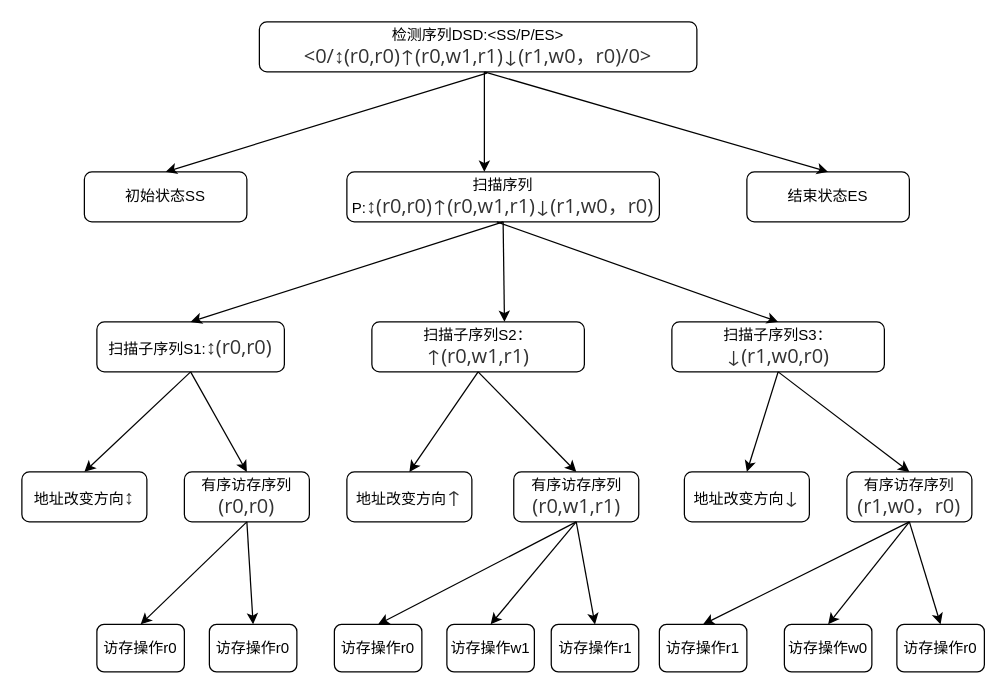
The draw.io diagram doc/march C 检测序列.drawio in shanshan-lu/homwork, before the edit. Source tidied: cells renumbered, new cells numbered last; positions are measured from the earlier drawing's top-left corner, leaving out a move shared by most shapes. Both pictures are drawn from the tidied source at 125%, with x=0, y=0 at pixel (21, 21).
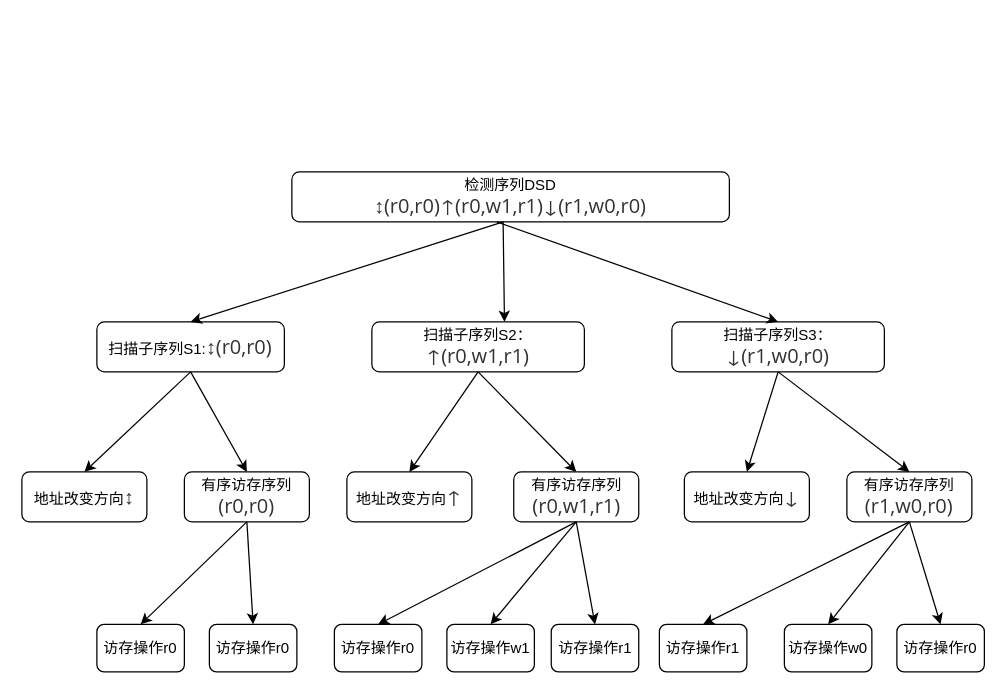
Above is the later version.

Commit message:
更新march C 检测序列.drawio

The change refers to these unchanged cells:
```xml
<mxCell id="9" value="扫描子序列S2：&lt;span style=&quot;color: rgb(51, 51, 51); font-family: &amp;quot;Open Sans&amp;quot;, &amp;quot;Clear Sans&amp;quot;, &amp;quot;Helvetica Neue&amp;quot;, Helvetica, Arial, sans-serif; font-size: 16px; orphans: 4; text-align: left; background-color: rgb(255, 255, 255);&quot;&gt;↑(r0,w1,r1)&lt;/span&gt;" style="rounded=1;whiteSpace=wrap;html=1;" parent="1" vertex="1">
  <mxGeometry x="280" y="240" width="170" height="40" as="geometry" />
</mxCell>
<mxCell id="10" value="扫描子序列S1:&lt;span style=&quot;color: rgb(51, 51, 51); font-family: &amp;quot;Open Sans&amp;quot;, &amp;quot;Clear Sans&amp;quot;, &amp;quot;Helvetica Neue&amp;quot;, Helvetica, Arial, sans-serif; font-size: 16px; orphans: 4; text-align: left; background-color: rgb(255, 255, 255);&quot;&gt;↕(r0,r0)&lt;/span&gt;" style="rounded=1;whiteSpace=wrap;html=1;" parent="1" vertex="1">
  <mxGeometry x="60" y="240" width="150" height="40" as="geometry" />
</mxCell>
```

What changed in the source:
```diff
@@
-    <mxCell id="2" value="检测序列DSD:&amp;lt;SS/P/ES&amp;gt;&lt;br&gt;&lt;span style=&quot;color: rgb(51, 51, 51); font-family: &amp;quot;Open Sans&amp;quot;, &amp;quot;Clear Sans&amp;quot;, &amp;quot;Helvetica Neue&amp;quot;, Helvetica, Arial, sans-serif; font-size: 16px; orphans: 4; text-align: left; background-color: rgb(255, 255, 255);&quot;&gt;&amp;lt;0/↕(r0,r0)↑(r0,w1,r1)↓(r1,w0，r0)/0&amp;gt; &lt;/span&gt;" style="rounded=1;whiteSpace=wrap;html=1;" parent="1" vertex="1">
-      <mxGeometry x="190" width="350" height="40" as="geometry" />
+    <mxCell id="2" value="检测序列DSD&lt;br&gt;&lt;span style=&quot;color: rgb(51, 51, 51); font-family: &amp;quot;Open Sans&amp;quot;, &amp;quot;Clear Sans&amp;quot;, &amp;quot;Helvetica Neue&amp;quot;, Helvetica, Arial, sans-serif; font-size: 16px; orphans: 4; text-align: left; background-color: rgb(255, 255, 255);&quot;&gt;↕(r0,r0)↑(r0,w1,r1)↓(r1,w0,r0)&lt;/span&gt;" style="rounded=1;whiteSpace=wrap;html=1;" parent="1" vertex="1">
+      <mxGeometry x="216" y="120" width="350" height="40" as="geometry" />
     </mxCell>
-    <mxCell id="3" value="初始状态SS" style="rounded=1;whiteSpace=wrap;html=1;" parent="1" vertex="1">
-      <mxGeometry x="50" y="120" width="130" height="40" as="geometry" />
-    </mxCell>
-    <mxCell id="4" value="扫描序列P:&lt;span style=&quot;color: rgb(51, 51, 51); font-family: &amp;quot;Open Sans&amp;quot;, &amp;quot;Clear Sans&amp;quot;, &amp;quot;Helvetica Neue&amp;quot;, Helvetica, Arial, sans-serif; font-size: 16px; orphans: 4; text-align: left; background-color: rgb(255, 255, 255);&quot;&gt;↕(r0,r0)↑(r0,w1,r1)↓(r1,w0，r0)&lt;/span&gt;" style="rounded=1;whiteSpace=wrap;html=1;" parent="1" vertex="1">
-      <mxGeometry x="260" y="120" width="250" height="40" as="geometry" />
-    </mxCell>
-    <mxCell id="5" value="结束状态ES" style="rounded=1;whiteSpace=wrap;html=1;" parent="1" vertex="1">
-      <mxGeometry x="580" y="120" width="130" height="40" as="geometry" />
-    </mxCell>
-    <mxCell id="6" style="endArrow=classic;html=1;rounded=0;exitX=0.52;exitY=1.025;exitDx=0;exitDy=0;exitPerimeter=0;entryX=0.5;entryY=0;entryDx=0;entryDy=0;" parent="1" edge="1" source="2" target="3">
-      <mxGeometry relative="1" as="geometry" />
-    </mxCell>
-    <mxCell id="7" style="endArrow=classic;html=1;rounded=0;" parent="1" edge="1">
-      <mxGeometry relative="1" as="geometry">
-        <mxPoint x="370" y="40" as="sourcePoint" />
-        <mxPoint x="370" y="120" as="targetPoint" />
-      </mxGeometry>
-    </mxCell>
-    <mxCell id="8" style="endArrow=classic;html=1;rounded=0;entryX=0.5;entryY=0;entryDx=0;entryDy=0;" parent="1" edge="1" target="5">
-      <mxGeometry relative="1" as="geometry">
-        <mxPoint x="370" y="40" as="sourcePoint" />
-      </mxGeometry>
-    </mxCell>
@@
-    <mxCell id="12" style="endArrow=classic;html=1;rounded=0;exitX=0.5;exitY=1;exitDx=0;exitDy=0;entryX=0.5;entryY=0;entryDx=0;entryDy=0;" parent="1" edge="1" source="4" target="10">
-      <mxGeometry relative="1" as="geometry" />
+    <mxCell id="12" style="endArrow=classic;html=1;rounded=0;exitX=0.5;exitY=1;exitDx=0;exitDy=0;entryX=0.5;entryY=0;entryDx=0;entryDy=0;" parent="1" edge="1" target="10">
+      <mxGeometry relative="1" as="geometry">
+        <mxPoint x="385" y="160" as="sourcePoint" />
+      </mxGeometry>
     </mxCell>
-    <mxCell id="13" style="endArrow=classic;html=1;rounded=0;exitX=0.5;exitY=1;exitDx=0;exitDy=0;entryX=0.624;entryY=0;entryDx=0;entryDy=0;entryPerimeter=0;" parent="1" edge="1" source="4" target="9">
-      <mxGeometry relative="1" as="geometry" />
+    <mxCell id="13" style="endArrow=classic;html=1;rounded=0;exitX=0.5;exitY=1;exitDx=0;exitDy=0;entryX=0.624;entryY=0;entryDx=0;entryDy=0;entryPerimeter=0;" parent="1" edge="1" target="9">
+      <mxGeometry relative="1" as="geometry">
+        <mxPoint x="385" y="160" as="sourcePoint" />
+      </mxGeometry>
     </mxCell>
@@
-    <mxCell id="17" value="有序访存序列&lt;span style=&quot;color: rgb(51, 51, 51); font-family: &amp;quot;Open Sans&amp;quot;, &amp;quot;Clear Sans&amp;quot;, &amp;quot;Helvetica Neue&amp;quot;, Helvetica, Arial, sans-serif; font-size: 16px; orphans: 4; text-align: left; background-color: rgb(255, 255, 255);&quot;&gt;(r1,w0，r0)&lt;/span&gt;" style="rounded=1;whiteSpace=wrap;html=1;" parent="1" vertex="1">
+    <mxCell id="17" value="有序访存序列&lt;span style=&quot;color: rgb(51, 51, 51); font-family: &amp;quot;Open Sans&amp;quot;, &amp;quot;Clear Sans&amp;quot;, &amp;quot;Helvetica Neue&amp;quot;, Helvetica, Arial, sans-serif; font-size: 16px; orphans: 4; text-align: left; background-color: rgb(255, 255, 255);&quot;&gt;(r1,w0,r0)&lt;/span&gt;" style="rounded=1;whiteSpace=wrap;html=1;" parent="1" vertex="1">
       <mxGeometry x="660" y="360" width="100" height="40" as="geometry" />
     </mxCell>
```
